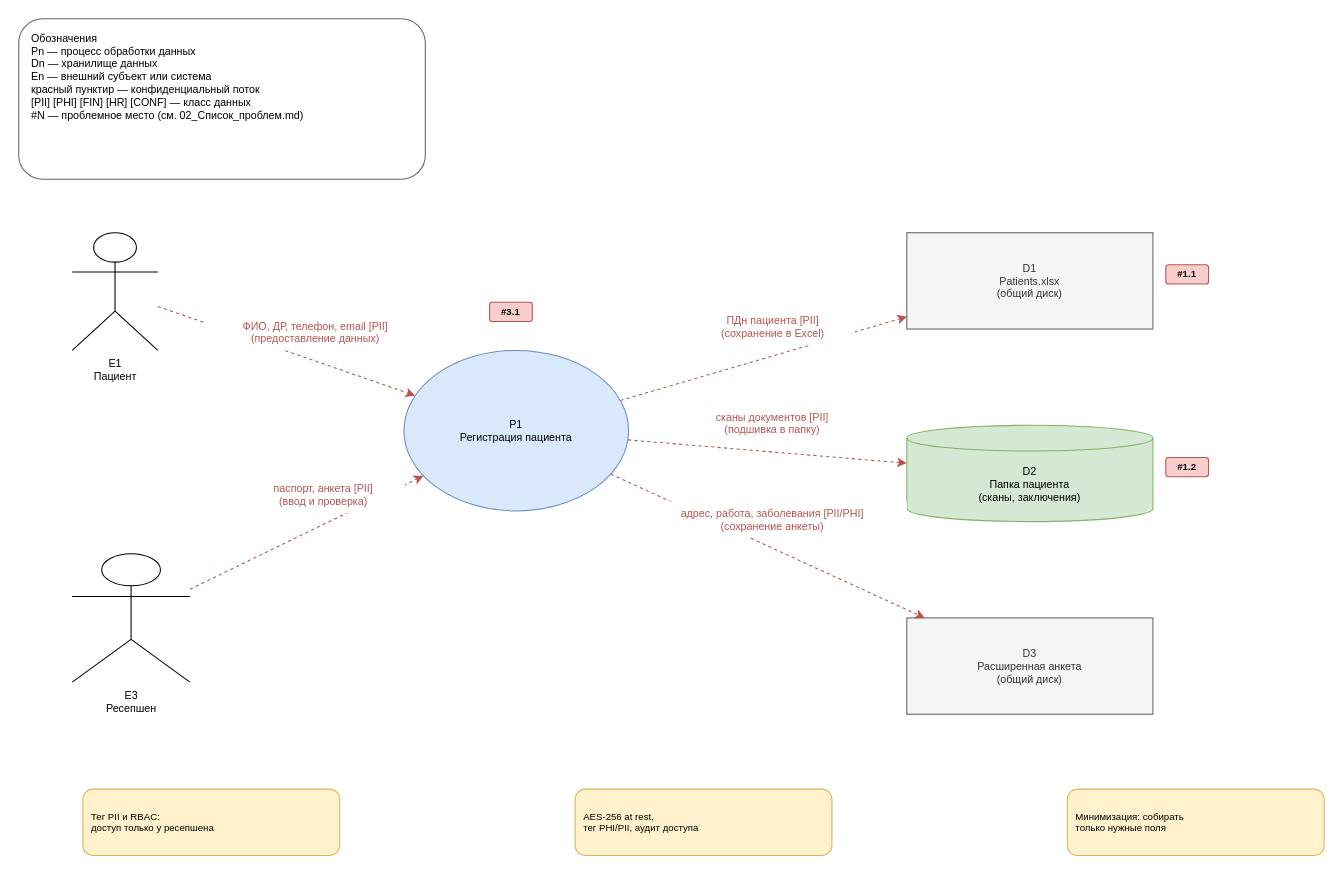
IlyaLivingstone/architecture-medikamente keeps this draw.io diagram as Task1/DFD_TO-BE/DFD_1_Регистрация пациента_TO-BE.drawio. Above is the earlier version. Source tidied: cells renumbered, new cells numbered last; positions are measured from the earlier drawing's top-left corner, leaving out a move shared by most shapes. Both pictures are drawn from the tidied source at 107%, with x=0, y=0 at pixel (18, 18).
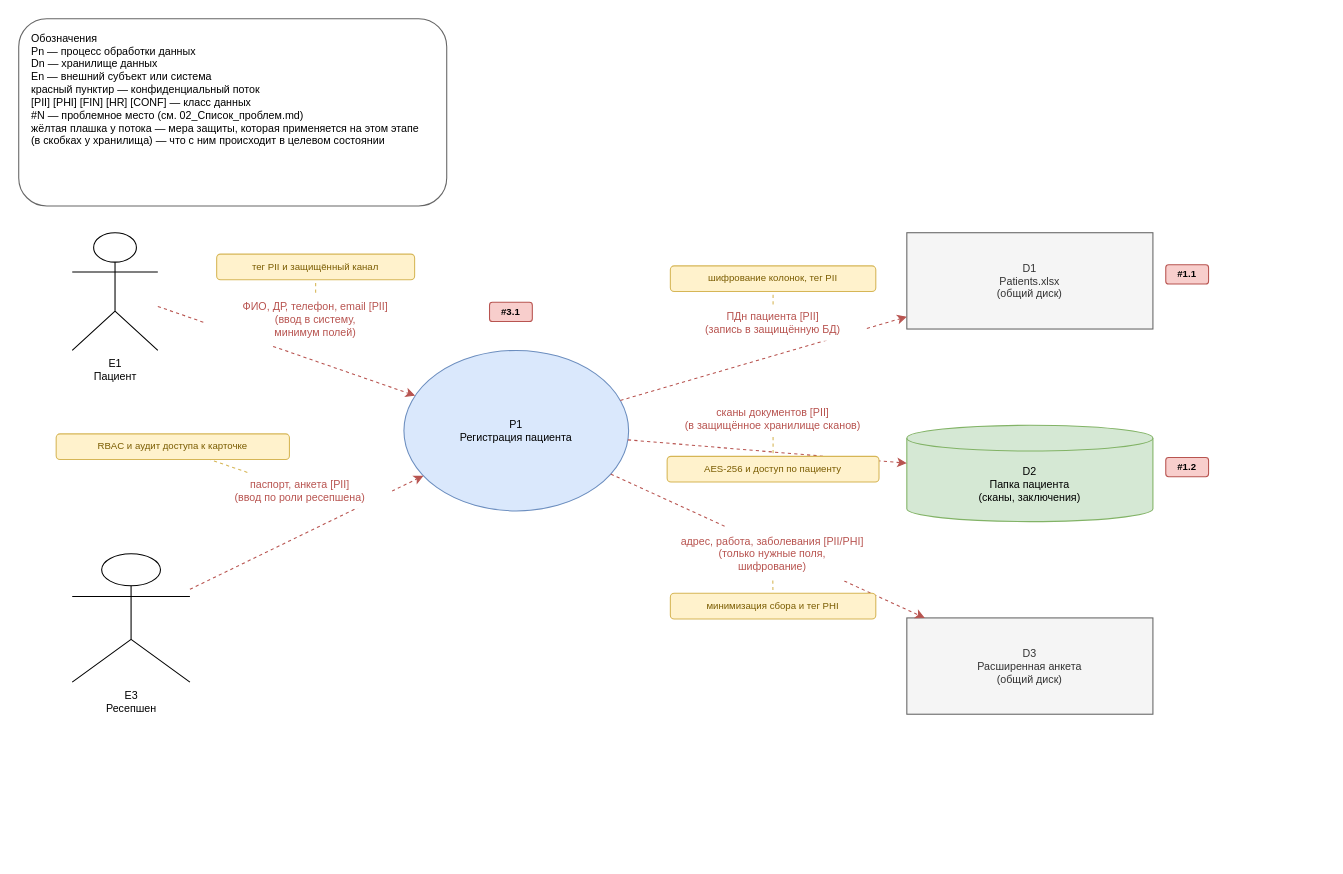
After the change.

Diff of the diagram source:
```diff
@@
-    <mxCell id="9" value="ФИО, ДР, телефон, email [PII]&lt;br&gt;(предоставление данных)" style="rounded=0;whiteSpace=wrap;html=1;align=center;verticalAlign=middle;fillColor=#ffffff;strokeColor=none;fontSize=10;fontColor=#b85450;" parent="1" vertex="1">
-      <mxGeometry x="175" y="276" width="205" height="34" as="geometry" />
+    <mxCell id="9" value="ФИО, ДР, телефон, email [PII]&lt;br&gt;(ввод в систему,&lt;br&gt;минимум полей)" style="rounded=0;whiteSpace=wrap;html=1;align=center;verticalAlign=middle;fillColor=#ffffff;strokeColor=none;fontSize=10;fontColor=#b85450;" parent="1" vertex="1">
+      <mxGeometry x="175" y="256" width="205" height="50" as="geometry" />
     </mxCell>
+    <mxCell id="25" value="тег PII и защищённый канал" style="rounded=1;whiteSpace=wrap;html=1;fontSize=9;fillColor=#fff2cc;strokeColor=#d6b656;fontColor=#7a5c00;align=center;verticalAlign=middle;spacingLeft=4;spacingRight=4;" parent="1" vertex="1">
+      <mxGeometry x="185" y="220" width="185" height="24" as="geometry" />
+    </mxCell>
+    <mxCell id="26" style="html=1;endArrow=none;rounded=0;dashed=1;strokeColor=#d6b656;strokeWidth=1;" parent="1" edge="1" source="9" target="25">
+      <mxGeometry relative="1" as="geometry" />
+    </mxCell>
@@
-    <mxCell id="11" value="паспорт, анкета [PII]&lt;br&gt;(ввод и проверка)" style="rounded=0;whiteSpace=wrap;html=1;align=center;verticalAlign=middle;fillColor=#ffffff;strokeColor=none;fontSize=10;fontColor=#b85450;" parent="1" vertex="1">
-      <mxGeometry x="209" y="428" width="152" height="34" as="geometry" />
+    <mxCell id="11" value="паспорт, анкета [PII]&lt;br&gt;(ввод по роли ресепшена)" style="rounded=0;whiteSpace=wrap;html=1;align=center;verticalAlign=middle;fillColor=#ffffff;strokeColor=none;fontSize=10;fontColor=#b85450;" parent="1" vertex="1">
+      <mxGeometry x="177" y="424" width="172" height="34" as="geometry" />
     </mxCell>
+    <mxCell id="27" value="RBAC и аудит доступа к карточке" style="rounded=1;whiteSpace=wrap;html=1;fontSize=9;fillColor=#fff2cc;strokeColor=#d6b656;fontColor=#7a5c00;align=center;verticalAlign=middle;spacingLeft=4;spacingRight=4;" parent="1" vertex="1">
+      <mxGeometry x="35" y="388" width="218" height="24" as="geometry" />
+    </mxCell>
+    <mxCell id="28" style="html=1;endArrow=none;rounded=0;dashed=1;strokeColor=#d6b656;strokeWidth=1;" parent="1" edge="1" source="11" target="27">
+      <mxGeometry relative="1" as="geometry" />
+    </mxCell>
@@
-    <mxCell id="13" value="ПДн пациента [PII]&lt;br&gt;(сохранение в Excel)" style="rounded=0;whiteSpace=wrap;html=1;align=center;verticalAlign=middle;fillColor=#ffffff;strokeColor=none;fontSize=10;fontColor=#b85450;" parent="1" vertex="1">
-      <mxGeometry x="632" y="271" width="146" height="34" as="geometry" />
+    <mxCell id="13" value="ПДн пациента [PII]&lt;br&gt;(запись в защищённую БД)" style="rounded=0;whiteSpace=wrap;html=1;align=center;verticalAlign=middle;fillColor=#ffffff;strokeColor=none;fontSize=10;fontColor=#b85450;" parent="1" vertex="1">
+      <mxGeometry x="619" y="267" width="172" height="34" as="geometry" />
     </mxCell>
+    <mxCell id="29" value="шифрование колонок, тег PII" style="rounded=1;whiteSpace=wrap;html=1;fontSize=9;fillColor=#fff2cc;strokeColor=#d6b656;fontColor=#7a5c00;align=center;verticalAlign=middle;spacingLeft=4;spacingRight=4;" parent="1" vertex="1">
+      <mxGeometry x="609" y="231" width="192" height="24" as="geometry" />
+    </mxCell>
+    <mxCell id="30" style="html=1;endArrow=none;rounded=0;dashed=1;strokeColor=#d6b656;strokeWidth=1;" parent="1" edge="1" source="13" target="29">
+      <mxGeometry relative="1" as="geometry" />
+    </mxCell>
@@
-    <mxCell id="15" value="сканы документов [PII]&lt;br&gt;(подшивка в папку)" style="rounded=0;whiteSpace=wrap;html=1;align=center;verticalAlign=middle;fillColor=#ffffff;strokeColor=none;fontSize=10;fontColor=#b85450;" parent="1" vertex="1">
-      <mxGeometry x="625" y="361" width="159" height="34" as="geometry" />
+    <mxCell id="15" value="сканы документов [PII]&lt;br&gt;(в защищённое хранилище сканов)" style="rounded=0;whiteSpace=wrap;html=1;align=center;verticalAlign=middle;fillColor=#ffffff;strokeColor=none;fontSize=10;fontColor=#b85450;" parent="1" vertex="1">
+      <mxGeometry x="596" y="357" width="218" height="34" as="geometry" />
     </mxCell>
+    <mxCell id="31" value="AES-256 и доступ по пациенту" style="rounded=1;whiteSpace=wrap;html=1;fontSize=9;fillColor=#fff2cc;strokeColor=#d6b656;fontColor=#7a5c00;align=center;verticalAlign=middle;spacingLeft=4;spacingRight=4;" parent="1" vertex="1">
+      <mxGeometry x="606" y="409" width="198" height="24" as="geometry" />
+    </mxCell>
+    <mxCell id="32" style="html=1;endArrow=none;rounded=0;dashed=1;strokeColor=#d6b656;strokeWidth=1;" parent="1" edge="1" source="15" target="31">
+      <mxGeometry relative="1" as="geometry" />
+    </mxCell>
@@
-    <mxCell id="17" value="адрес, работа, заболевания [PII/PHI]&lt;br&gt;(сохранение анкеты)" style="rounded=0;whiteSpace=wrap;html=1;align=center;verticalAlign=middle;fillColor=#ffffff;strokeColor=none;fontSize=10;fontColor=#b85450;" parent="1" vertex="1">
-      <mxGeometry x="579" y="451" width="251" height="34" as="geometry" />
+    <mxCell id="17" value="адрес, работа, заболевания [PII/PHI]&lt;br&gt;(только нужные поля,&lt;br&gt;шифрование)" style="rounded=0;whiteSpace=wrap;html=1;align=center;verticalAlign=middle;fillColor=#ffffff;strokeColor=none;fontSize=10;fontColor=#b85450;" parent="1" vertex="1">
+      <mxGeometry x="579" y="475" width="251" height="50" as="geometry" />
     </mxCell>
+    <mxCell id="33" value="минимизация сбора и тег PHI" style="rounded=1;whiteSpace=wrap;html=1;fontSize=9;fillColor=#fff2cc;strokeColor=#d6b656;fontColor=#7a5c00;align=center;verticalAlign=middle;spacingLeft=4;spacingRight=4;" parent="1" vertex="1">
+      <mxGeometry x="609" y="537" width="192" height="24" as="geometry" />
+    </mxCell>
+    <mxCell id="34" style="html=1;endArrow=none;rounded=0;dashed=1;strokeColor=#d6b656;strokeWidth=1;" parent="1" edge="1" source="17" target="33">
+      <mxGeometry relative="1" as="geometry" />
+    </mxCell>
@@
-    <mxCell id="21" value="Тег PII и RBAC:&lt;br&gt;доступ только у ресепшена" style="rounded=1;whiteSpace=wrap;html=1;fontSize=9;fillColor=#fff2cc;strokeColor=#d6b656;align=left;spacingLeft=6;" parent="1" vertex="1">
-      <mxGeometry x="60" y="720" width="240" height="62" as="geometry" />
-    </mxCell>
-    <mxCell id="22" value="AES-256 at rest,&lt;br&gt;тег PHI/PII, аудит доступа" style="rounded=1;whiteSpace=wrap;html=1;fontSize=9;fillColor=#fff2cc;strokeColor=#d6b656;align=left;spacingLeft=6;" parent="1" vertex="1">
-      <mxGeometry x="520" y="720" width="240" height="62" as="geometry" />
-    </mxCell>
-    <mxCell id="23" value="Минимизация: собирать&lt;br&gt;только нужные поля" style="rounded=1;whiteSpace=wrap;html=1;fontSize=9;fillColor=#fff2cc;strokeColor=#d6b656;align=left;spacingLeft=6;" parent="1" vertex="1">
-      <mxGeometry x="980" y="720" width="240" height="62" as="geometry" />
-    </mxCell>
-    <mxCell id="24" value="Обозначения&lt;br&gt;Pn — процесс обработки данных&lt;br&gt;Dn — хранилище данных&lt;br&gt;En — внешний субъект или система&lt;br&gt;красный пунктир — конфиденциальный поток&lt;br&gt;[PII] [PHI] [FIN] [HR] [CONF] — класс данных&lt;br&gt;#N — проблемное место (см. 02_Список_проблем.md)" style="rounded=1;whiteSpace=wrap;html=1;fontSize=10;fillColor=#ffffff;strokeColor=#666666;align=left;verticalAlign=top;spacingLeft=10;spacingTop=6;" parent="1" vertex="1">
-      <mxGeometry width="380" height="150" as="geometry" />
+    <mxCell id="24" value="Обозначения&lt;br&gt;Pn — процесс обработки данных&lt;br&gt;Dn — хранилище данных&lt;br&gt;En — внешний субъект или система&lt;br&gt;красный пунктир — конфиденциальный поток&lt;br&gt;[PII] [PHI] [FIN] [HR] [CONF] — класс данных&lt;br&gt;#N — проблемное место (см. 02_Список_проблем.md)&lt;br&gt;жёлтая плашка у потока — мера защиты, которая применяется на этом этапе&lt;br&gt;(в скобках у хранилища) — что с ним происходит в целевом состоянии" style="rounded=1;whiteSpace=wrap;html=1;fontSize=10;fillColor=#ffffff;strokeColor=#666666;align=left;verticalAlign=top;spacingLeft=10;spacingTop=6;" parent="1" vertex="1">
+      <mxGeometry width="400" height="175" as="geometry" />
     </mxCell>
```
